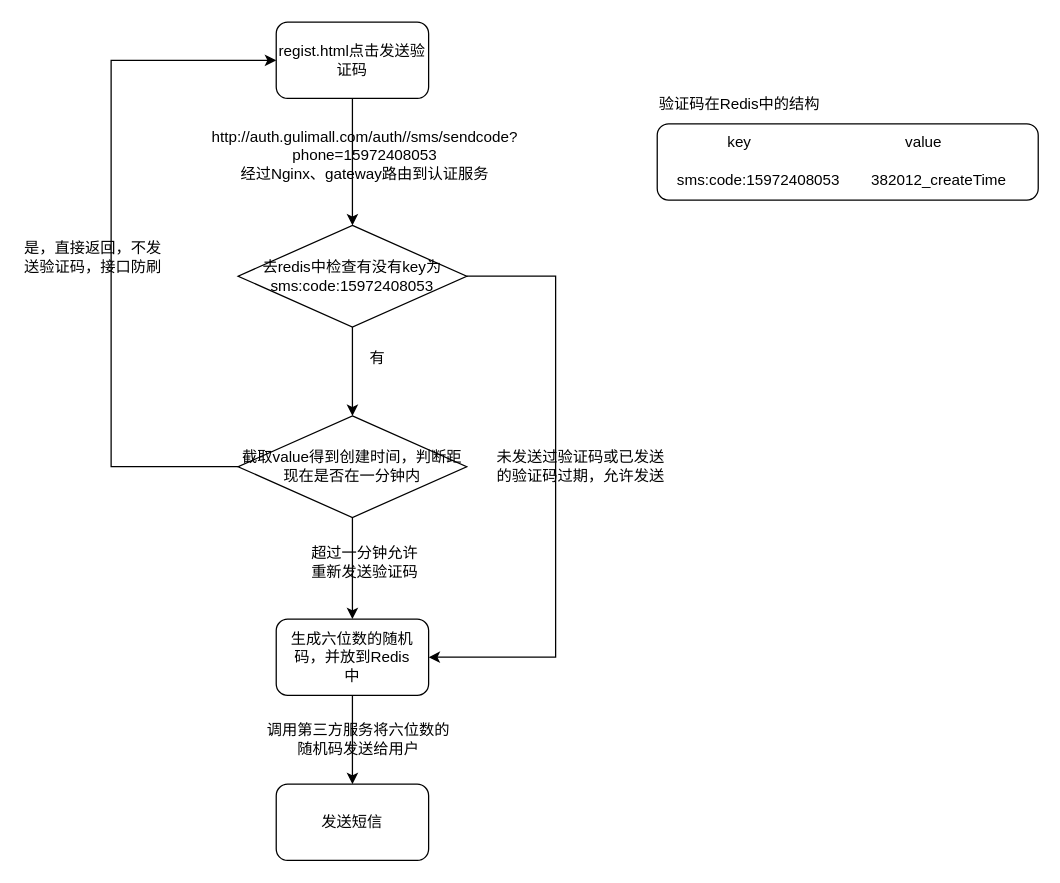
Before: ShopBusiness/注册发送验证码.drawio in Chaimek/LearnPictures, a draw.io diagram. Source tidied: cells renumbered, new cells numbered last; positions are measured from the earlier drawing's top-left corner, leaving out a move shared by most shapes. Both pictures are drawn from the tidied source at 127%, with x=0, y=0 at pixel (22, 22).
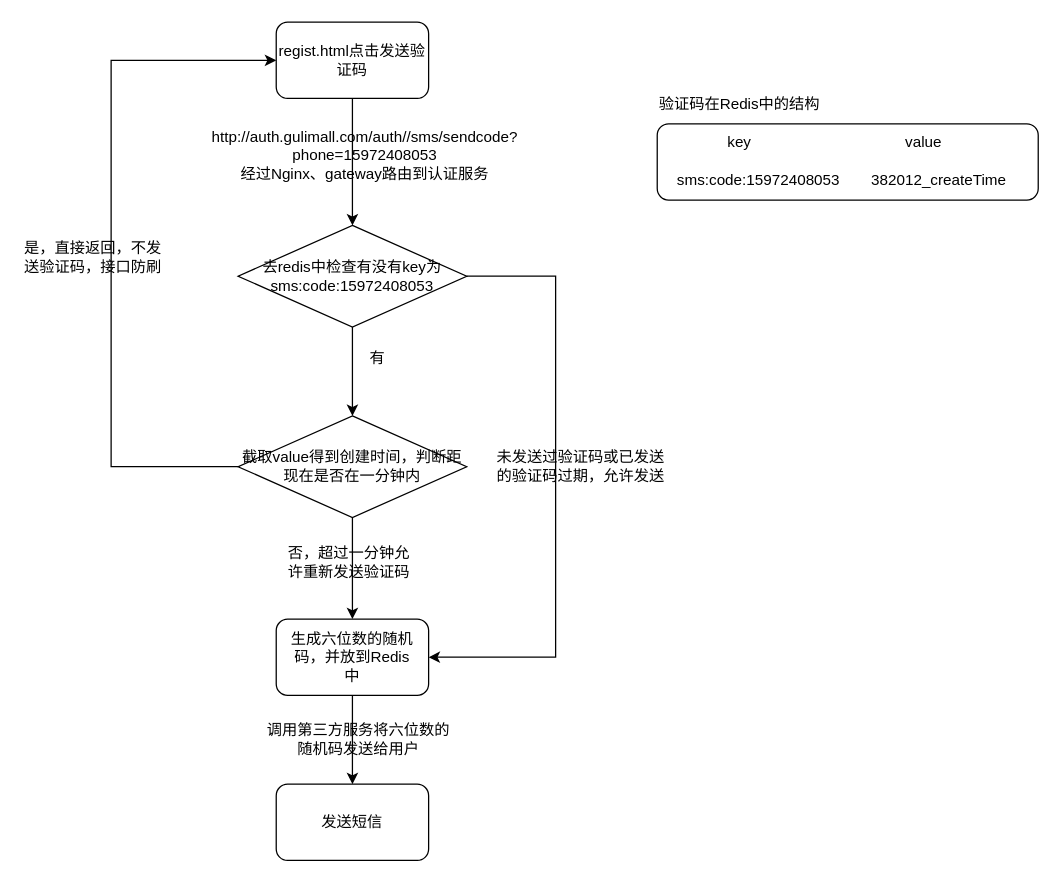
Above is the later version.

Commit message (it also covers changes not shown here):
更新注册发送验证码.drawio

Diff of the diagram source:
```diff
@@
-    <mxCell id="21" value="超过一分钟允许重新发送验证码" style="text;html=1;strokeColor=none;fillColor=none;align=center;verticalAlign=middle;whiteSpace=wrap;rounded=0;" parent="1" vertex="1">
-      <mxGeometry x="225" y="410" width="90" height="30" as="geometry" />
+    <mxCell id="21" value="否，超过一分钟允许重新发送验证码" style="text;html=1;strokeColor=none;fillColor=none;align=center;verticalAlign=middle;whiteSpace=wrap;rounded=0;" parent="1" vertex="1">
+      <mxGeometry x="205" y="410" width="105" height="30" as="geometry" />
     </mxCell>
```
